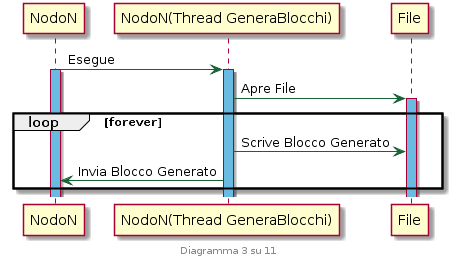
antdimarino/Computer-Networks-BlockChain keeps this PlantUML diagram as SequenceDiagram/schema3.png. Above is the earlier version.
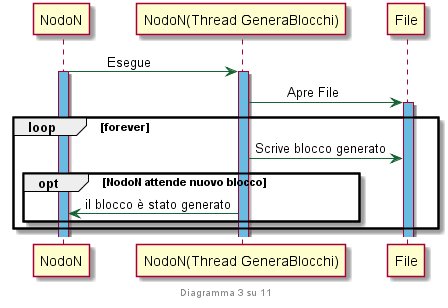
Later version of the same file.

The edit, as a diff of the source:
```diff
@@ -9,17 +9,18 @@
 participant "NodoN(Thread GeneraBlocchi)"
 participant File
 
-NodoN -> "NodoN(Thread GeneraBlocchi)": Esegue
+NodoN -> "NodoN(Thread GeneraBlocchi)": \tEsegue
 activate NodoN #69bbe2
 activate "NodoN(Thread GeneraBlocchi)" #69bbe2
 
-"NodoN(Thread GeneraBlocchi)" -> File: Apre File
+"NodoN(Thread GeneraBlocchi)" -> File: \tApre File
 activate File #69bbe2
 
 loop forever
-	"NodoN(Thread GeneraBlocchi)" -> File: Scrive Blocco Generato
-
-	"NodoN(Thread GeneraBlocchi)" -> NodoN: Invia Blocco Generato
+	"NodoN(Thread GeneraBlocchi)" -> File: Scrive blocco generato
+	opt NodoN attende nuovo blocco
+	"NodoN(Thread GeneraBlocchi)" -> NodoN: il blocco è stato generato
+	end
 end
 
 @enduml
```
